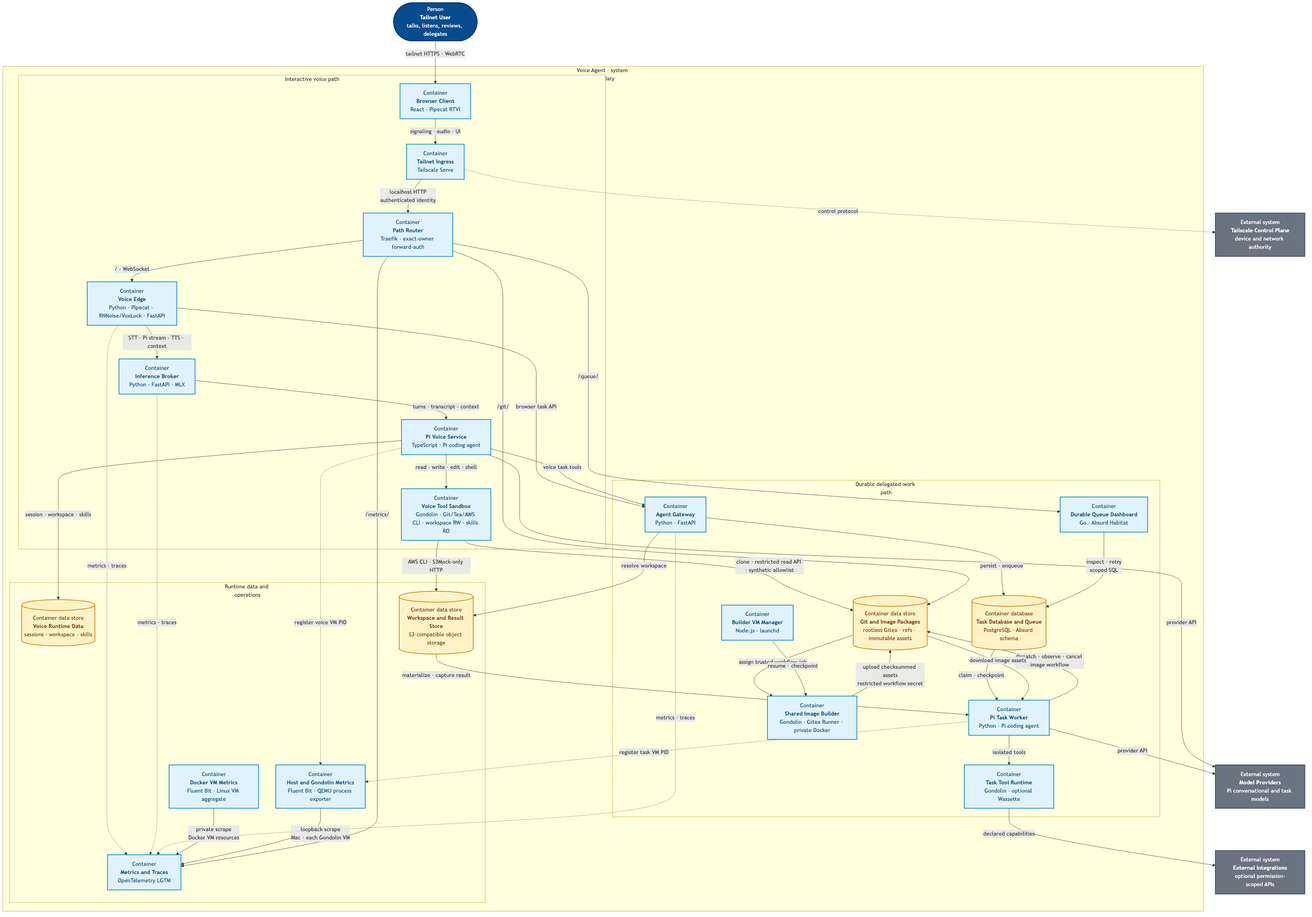
This is products/voice-agent/docs/architecture/c2-container.png from ragavsathish/agent-workload-platform, a Mermaid export, as it was before one commit. Its source is kept beside it as products/voice-agent/docs/architecture/c2-container.mmd.
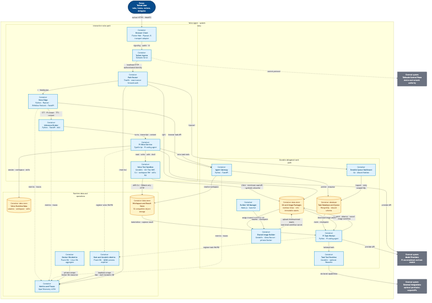
After the commit.

Change to the diagram source:
```diff
@@ -9,7 +9,7 @@
 
         subgraph VOICE["Interactive voice path"]
             direction LR
-            BROWSER["Container<br/><b>Browser Client</b><br/>React · Pipecat RTVI"]
+            BROWSER["Container<br/><b>Browser Client</b><br/>Flutter Web · Pipecat JS transport adapter"]
             INGRESS["Container<br/><b>Tailnet Ingress</b><br/>Tailscale Serve"]
             ROUTER["Container<br/><b>Path Router</b><br/>Traefik · exact-owner forward-auth"]
             EDGE["Container<br/><b>Voice Edge</b><br/>Python · Pipecat · RNNoise/VoxLock · FastAPI"]
```
